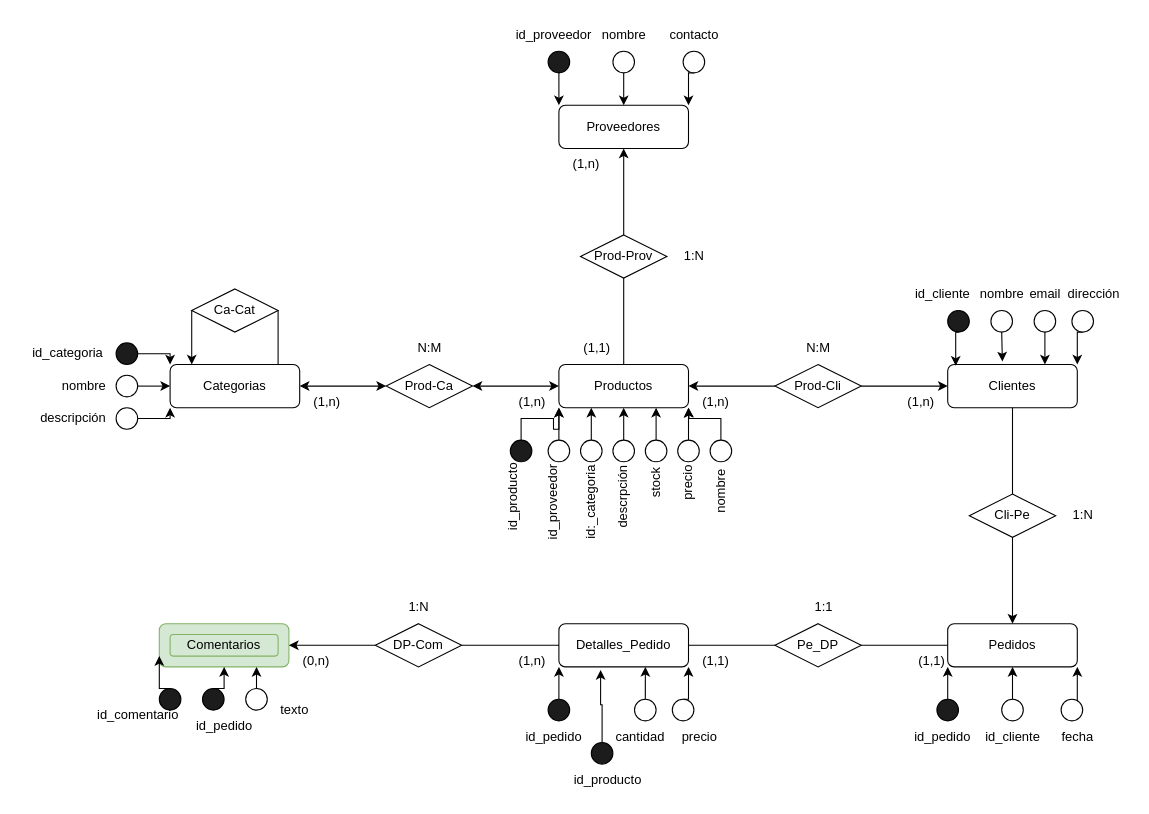
The draw.io diagram MER.drawio in AlvaroDevMaster/Proyecto-Final-BD, before the edit. Source tidied: cells renumbered, new cells numbered last; positions are measured from the earlier drawing's top-left corner, leaving out a move shared by most shapes. Both pictures are drawn from the tidied source at 108%, with x=0, y=0 at pixel (18, 18).
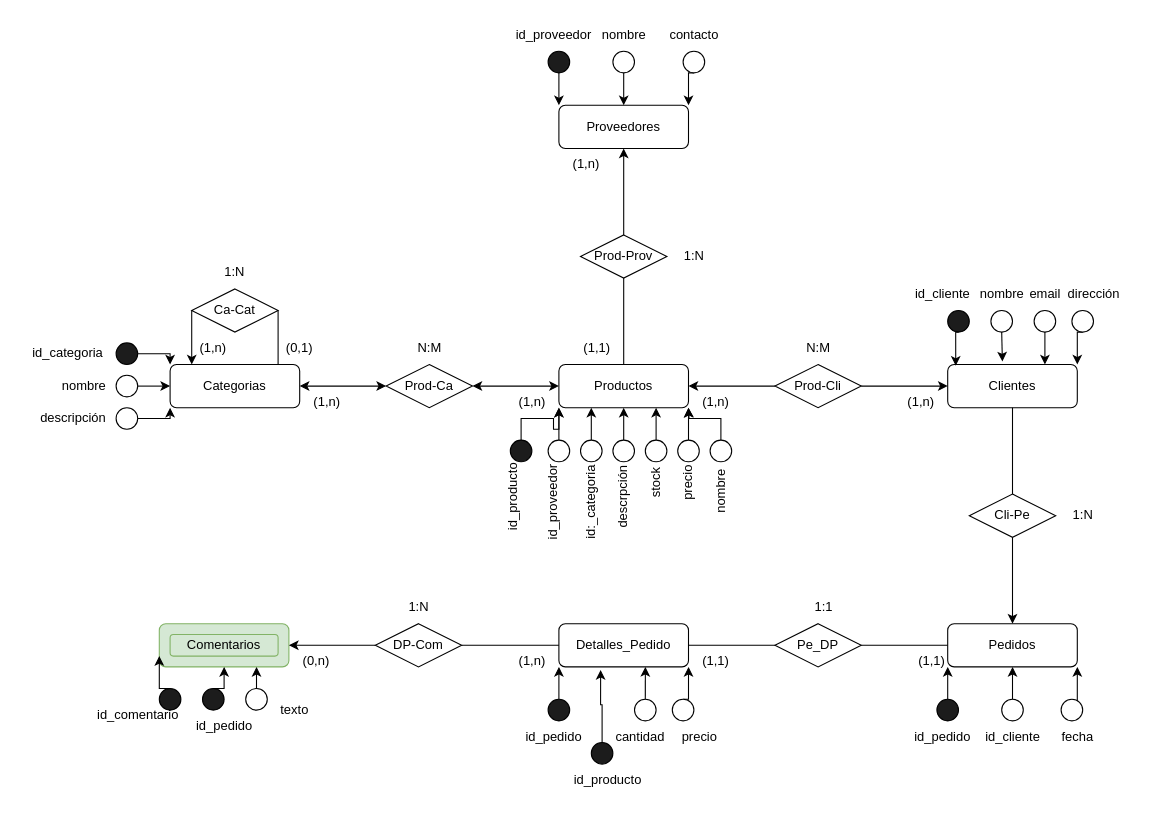
Above is the later version.

Diff of the diagram source:
```diff
@@
+    <mxCell id="128" value="1:N" style="text;html=1;align=center;verticalAlign=middle;whiteSpace=wrap;rounded=0;" parent="1" vertex="1">
+      <mxGeometry x="170" y="220" width="60" height="30" as="geometry" />
+    </mxCell>
+    <mxCell id="129" value="(1,n)" style="text;html=1;align=center;verticalAlign=middle;whiteSpace=wrap;rounded=0;" parent="1" vertex="1">
+      <mxGeometry x="150" y="290" width="60" height="30" as="geometry" />
+    </mxCell>
+    <mxCell id="130" value="(0,1)" style="text;html=1;align=center;verticalAlign=middle;whiteSpace=wrap;rounded=0;" parent="1" vertex="1">
+      <mxGeometry x="230" y="290" width="60" height="30" as="geometry" />
+    </mxCell>
```
